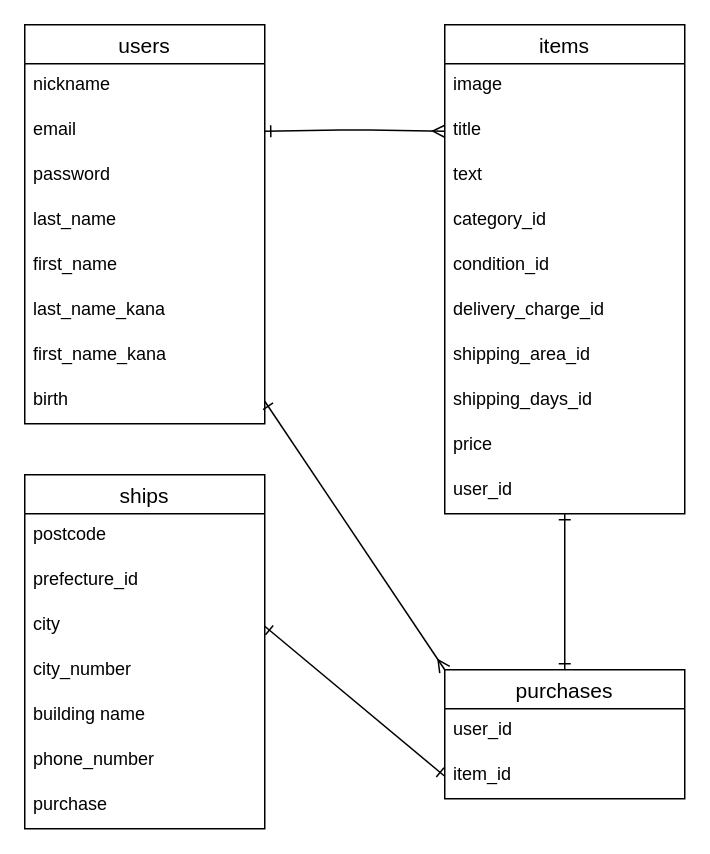
This is page "ページ1" (1 of 2) of ER.dio from kohei0429/furima-38646, a draw.io file, before an edit. Source tidied: cells renumbered, new cells numbered last; positions are measured from the earlier drawing's top-left corner, leaving out a move shared by most shapes. Both pictures are drawn from the tidied source at 150%, with x=0, y=0 at pixel (24, 24).
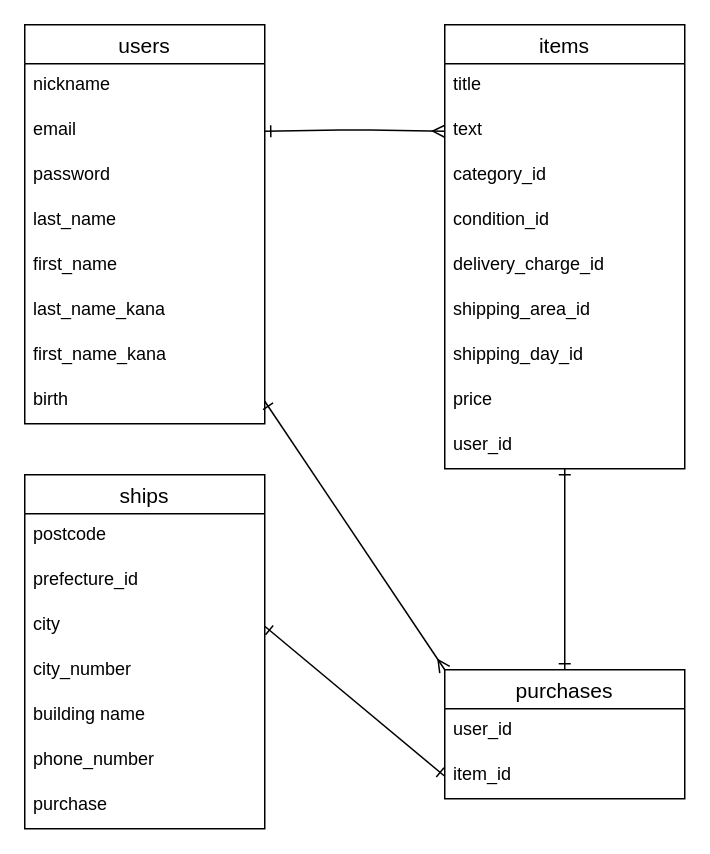
Above is the later version.

Change to the diagram source:
```diff
@@
     <mxCell id="12" value="items" style="swimlane;fontStyle=0;horizontal=1;startSize=26;align=center;fontSize=14;" parent="1" vertex="1">
-      <mxGeometry x="280" width="160" height="326" as="geometry" />
+      <mxGeometry x="280" width="160" height="296" as="geometry" />
     </mxCell>
-    <mxCell id="13" value="image" style="text;strokeColor=none;fillColor=none;spacingLeft=4;spacingRight=4;overflow=hidden;fontSize=12;" parent="12" vertex="1">
-      <mxGeometry y="26" width="160" height="30" as="geometry" />
-    </mxCell>
     <mxCell id="14" value="title" style="text;strokeColor=none;fillColor=none;spacingLeft=4;spacingRight=4;overflow=hidden;fontSize=12;" parent="12" vertex="1">
-      <mxGeometry y="56" width="160" height="30" as="geometry" />
+      <mxGeometry y="26" width="160" height="30" as="geometry" />
     </mxCell>
     <mxCell id="15" value="text" style="text;strokeColor=none;fillColor=none;spacingLeft=4;spacingRight=4;overflow=hidden;fontSize=12;" parent="12" vertex="1">
-      <mxGeometry y="86" width="160" height="30" as="geometry" />
+      <mxGeometry y="56" width="160" height="30" as="geometry" />
     </mxCell>
     <mxCell id="16" value="category_id" style="text;strokeColor=none;fillColor=none;spacingLeft=4;spacingRight=4;overflow=hidden;fontSize=12;" parent="12" vertex="1">
-      <mxGeometry y="116" width="160" height="30" as="geometry" />
+      <mxGeometry y="86" width="160" height="30" as="geometry" />
     </mxCell>
     <mxCell id="17" value="condition_id" style="text;strokeColor=none;fillColor=none;spacingLeft=4;spacingRight=4;overflow=hidden;fontSize=12;" parent="12" vertex="1">
-      <mxGeometry y="146" width="160" height="30" as="geometry" />
+      <mxGeometry y="116" width="160" height="30" as="geometry" />
     </mxCell>
     <mxCell id="18" value="delivery_charge_id" style="text;strokeColor=none;fillColor=none;spacingLeft=4;spacingRight=4;overflow=hidden;fontSize=12;" parent="12" vertex="1">
-      <mxGeometry y="176" width="160" height="30" as="geometry" />
+      <mxGeometry y="146" width="160" height="30" as="geometry" />
     </mxCell>
     <mxCell id="19" value="shipping_area_id" style="text;strokeColor=none;fillColor=none;spacingLeft=4;spacingRight=4;overflow=hidden;fontSize=12;" parent="12" vertex="1">
-      <mxGeometry y="206" width="160" height="30" as="geometry" />
+      <mxGeometry y="176" width="160" height="30" as="geometry" />
     </mxCell>
-    <mxCell id="20" value="shipping_days_id" style="text;strokeColor=none;fillColor=none;spacingLeft=4;spacingRight=4;overflow=hidden;fontSize=12;" parent="12" vertex="1">
-      <mxGeometry y="236" width="160" height="30" as="geometry" />
+    <mxCell id="20" value="shipping_day_id" style="text;strokeColor=none;fillColor=none;spacingLeft=4;spacingRight=4;overflow=hidden;fontSize=12;" parent="12" vertex="1">
+      <mxGeometry y="206" width="160" height="30" as="geometry" />
     </mxCell>
     <mxCell id="21" value="price" style="text;strokeColor=none;fillColor=none;spacingLeft=4;spacingRight=4;overflow=hidden;fontSize=12;" parent="12" vertex="1">
-      <mxGeometry y="266" width="160" height="30" as="geometry" />
+      <mxGeometry y="236" width="160" height="30" as="geometry" />
     </mxCell>
     <mxCell id="22" value="user_id" style="text;strokeColor=none;fillColor=none;spacingLeft=4;spacingRight=4;overflow=hidden;fontSize=12;" parent="12" vertex="1">
-      <mxGeometry y="296" width="160" height="30" as="geometry" />
+      <mxGeometry y="266" width="160" height="30" as="geometry" />
     </mxCell>
```
